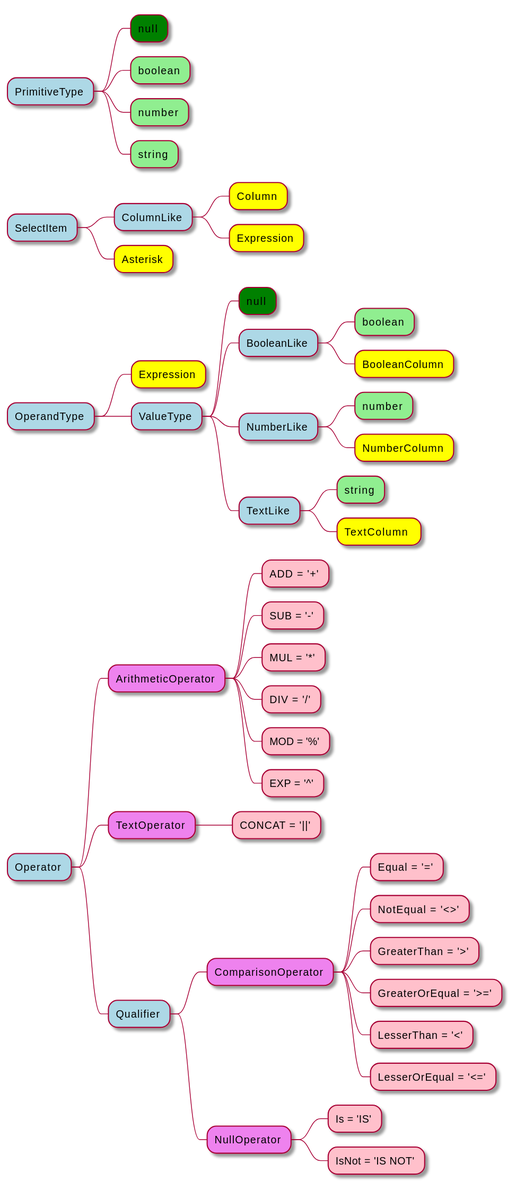
Above: doc/types.svg in amerharb/sedk (PlantUML), before the change.
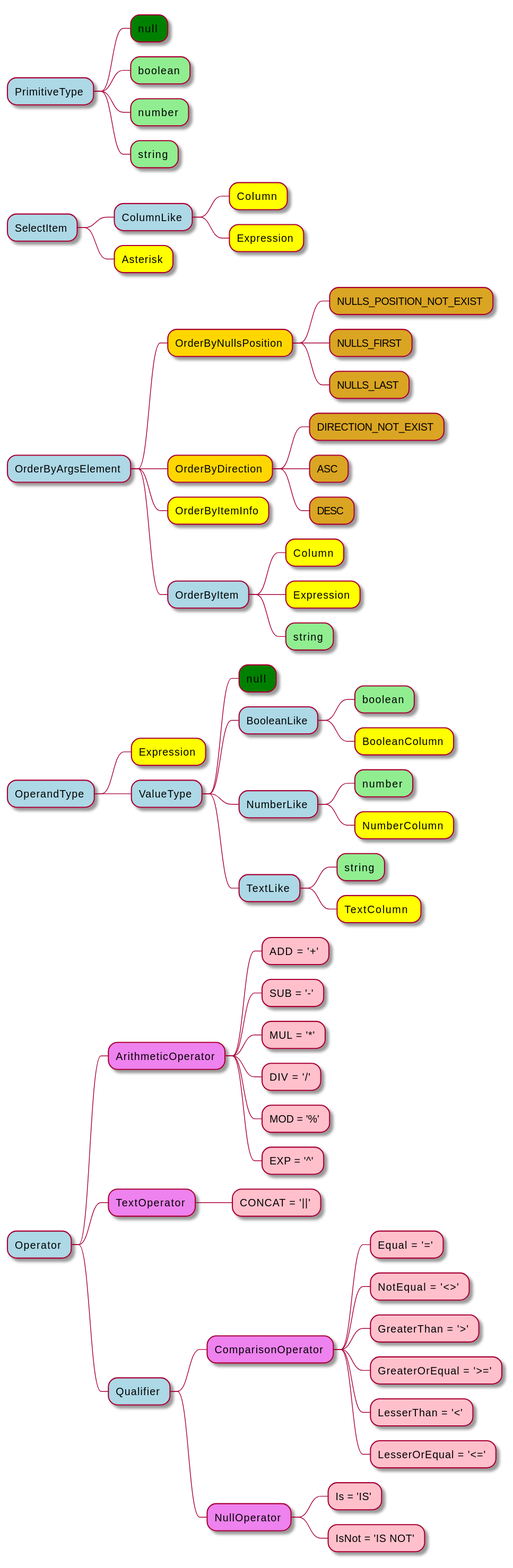
The same file after the commit.

Commit message:
export as plant uml svg

What changed in the source:
```diff
@@ -1,74 +1,95 @@
 @startmindmap
 
-        <style>
-        mindmapDiagram {
-          .primitive {
-            BackgroundColor lightgreen
-          }
-          .type {
-            BackgroundColor #lightblue
-          }
-          .class {
-            BackgroundColor #yellow
-          }
-          .null {
-            BackgroundColor #green
-          }
-          .enum {
-            BackgroundColor #violet
-          }
-          .enumItem {
-            BackgroundColor #pink
-          }
-        }
-        </style>
+<style>
+mindmapDiagram {
+  .primitive {
+    BackgroundColor #lightgreen
+  }
+  .type {
+    BackgroundColor #lightblue
+  }
+  .abstractClass {
+    BackgroundColor #Gold
+  }
+  .singleToneClass {
+    BackgroundColor #GoldenRod
+  }
+  .class {
+    BackgroundColor #Yellow
+  }
+  .null {
+    BackgroundColor #green
+  }
+  .enum {
+    BackgroundColor #violet
+  }
+  .enumItem {
+    BackgroundColor #pink
+  }
+}
+</style>
 
-        * PrimitiveType <<type>>
-        ** null <<null>>
-        ** boolean <<primitive>>
-        ** number <<primitive>>
-        ** string <<primitive>>
+* PrimitiveType <<type>>
+** null <<null>>
+** boolean <<primitive>>
+** number <<primitive>>
+** string <<primitive>>
 
-        * SelectItem <<type>>
-        ** ColumnLike <<type>>
-        *** Column <<class>>
-        *** Expression <<class>>
-        ** Asterisk <<class>>
+* SelectItem <<type>>
+** ColumnLike <<type>>
+*** Column <<class>>
+*** Expression <<class>>
+** Asterisk <<class>>
 
-        * OperandType <<type>>
-        ** Expression <<class>>
-        ** ValueType <<type>>
-        *** null <<null>>
-        *** BooleanLike <<type>>
-        **** boolean <<primitive>>
-        **** BooleanColumn <<class>>
-        *** NumberLike <<type>>
-        **** number <<primitive>>
-        **** NumberColumn <<class>>
-        *** TextLike <<type>>
-        **** string <<primitive>>
-        **** TextColumn  <<class>>
+* OrderByArgsElement <<type>>
+** OrderByNullsPosition <<abstractClass>>
+*** NULLS_POSITION_NOT_EXIST <<singleToneClass>>
+*** NULLS_FIRST <<singleToneClass>>
+*** NULLS_LAST <<singleToneClass>>
+** OrderByDirection <<abstractClass>>
+*** DIRECTION_NOT_EXIST <<singleToneClass>>
+*** ASC <<singleToneClass>>
+*** DESC <<singleToneClass>>
+** OrderByItemInfo <<class>>
+** OrderByItem <<type>>
+*** Column <<class>>
+*** Expression <<class>>
+*** string <<primitive>>
 
-        * Operator <<type>>
-        ** ArithmeticOperator <<enum>>
-        *** ADD = '+' <<enumItem>>
-        *** SUB = '-' <<enumItem>>
-        *** MUL = '*' <<enumItem>>
-        *** DIV = '/' <<enumItem>>
-        *** MOD = '%' <<enumItem>>
-        *** EXP = '^' <<enumItem>>
-        ** TextOperator <<enum>>
-        *** CONCAT = '||' <<enumItem>>
-        ** Qualifier <<type>>
-        *** ComparisonOperator <<enum>>
-        **** Equal = '=' <<enumItem>>
-        **** NotEqual = '<>' <<enumItem>>
-        **** GreaterThan = '>' <<enumItem>>
-        **** GreaterOrEqual = '>=' <<enumItem>>
-        **** LesserThan = '<' <<enumItem>>
-        **** LesserOrEqual = '<=' <<enumItem>>
-        *** NullOperator <<enum>>
-        **** Is = 'IS' <<enumItem>>
-        **** IsNot = 'IS NOT' <<enumItem>>
+* OperandType <<type>>
+** Expression <<class>>
+** ValueType <<type>>
+*** null <<null>>
+*** BooleanLike <<type>>
+**** boolean <<primitive>>
+**** BooleanColumn <<class>>
+*** NumberLike <<type>>
+**** number <<primitive>>
+**** NumberColumn <<class>>
+*** TextLike <<type>>
+**** string <<primitive>>
+**** TextColumn  <<class>>
 
-        @endmindmap
+* Operator <<type>>
+** ArithmeticOperator <<enum>>
+*** ADD = '+' <<enumItem>>
+*** SUB = '-' <<enumItem>>
+*** MUL = '*' <<enumItem>>
+*** DIV = '/' <<enumItem>>
+*** MOD = '%' <<enumItem>>
+*** EXP = '^' <<enumItem>>
+** TextOperator <<enum>>
+*** CONCAT = '||' <<enumItem>>
+** Qualifier <<type>>
+*** ComparisonOperator <<enum>>
+**** Equal = '=' <<enumItem>>
+**** NotEqual = '<>' <<enumItem>>
+**** GreaterThan = '>' <<enumItem>>
+**** GreaterOrEqual = '>=' <<enumItem>>
+**** LesserThan = '<' <<enumItem>>
+**** LesserOrEqual = '<=' <<enumItem>>
+*** NullOperator <<enum>>
+**** Is = 'IS' <<enumItem>>
+**** IsNot = 'IS NOT' <<enumItem>>
+
+@endmindmap
```
